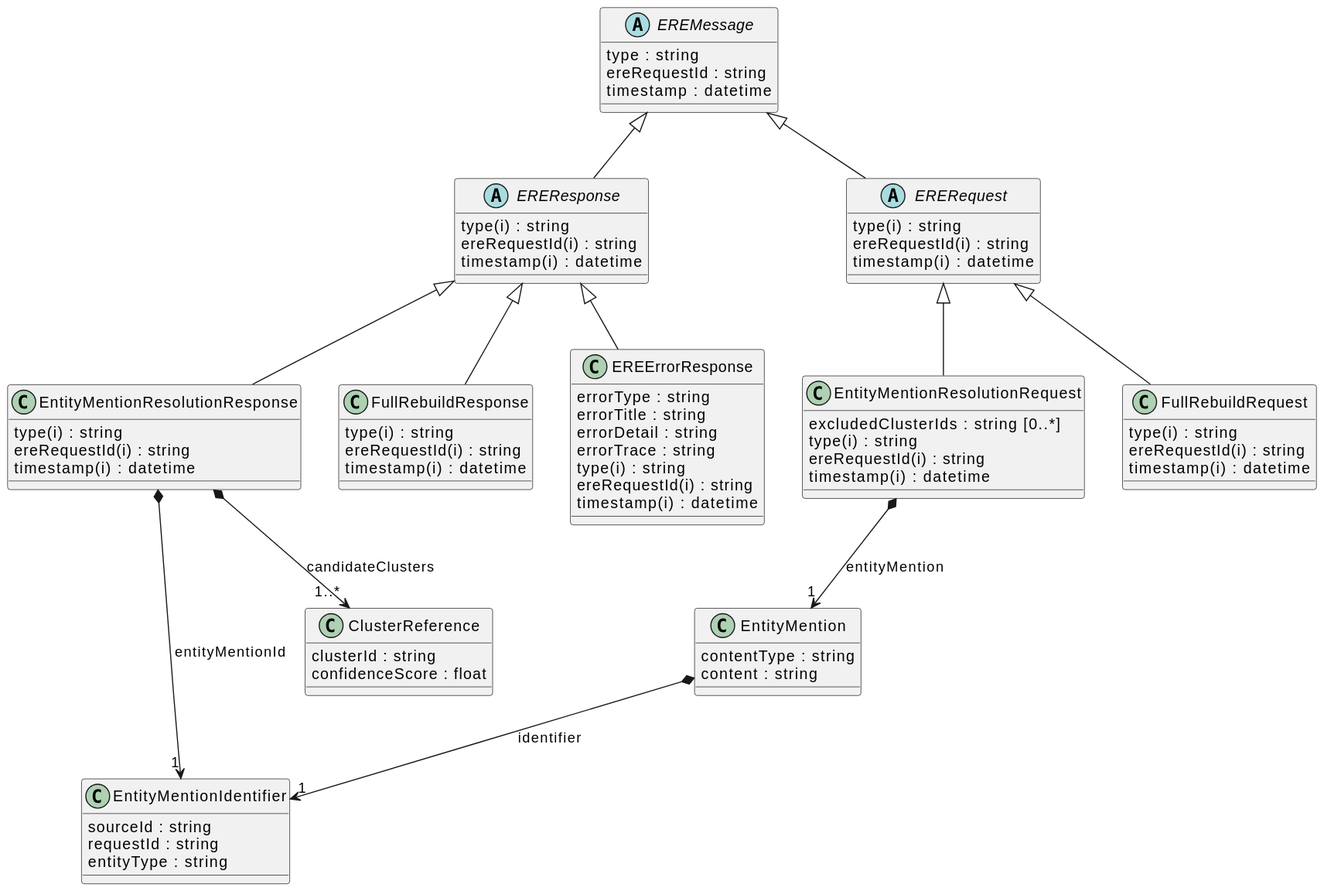
This is docs/schema/ErsServiceDataSchema.svg from OP-TED/entity-resolution-spec, a PlantUML export, as it was before one commit.
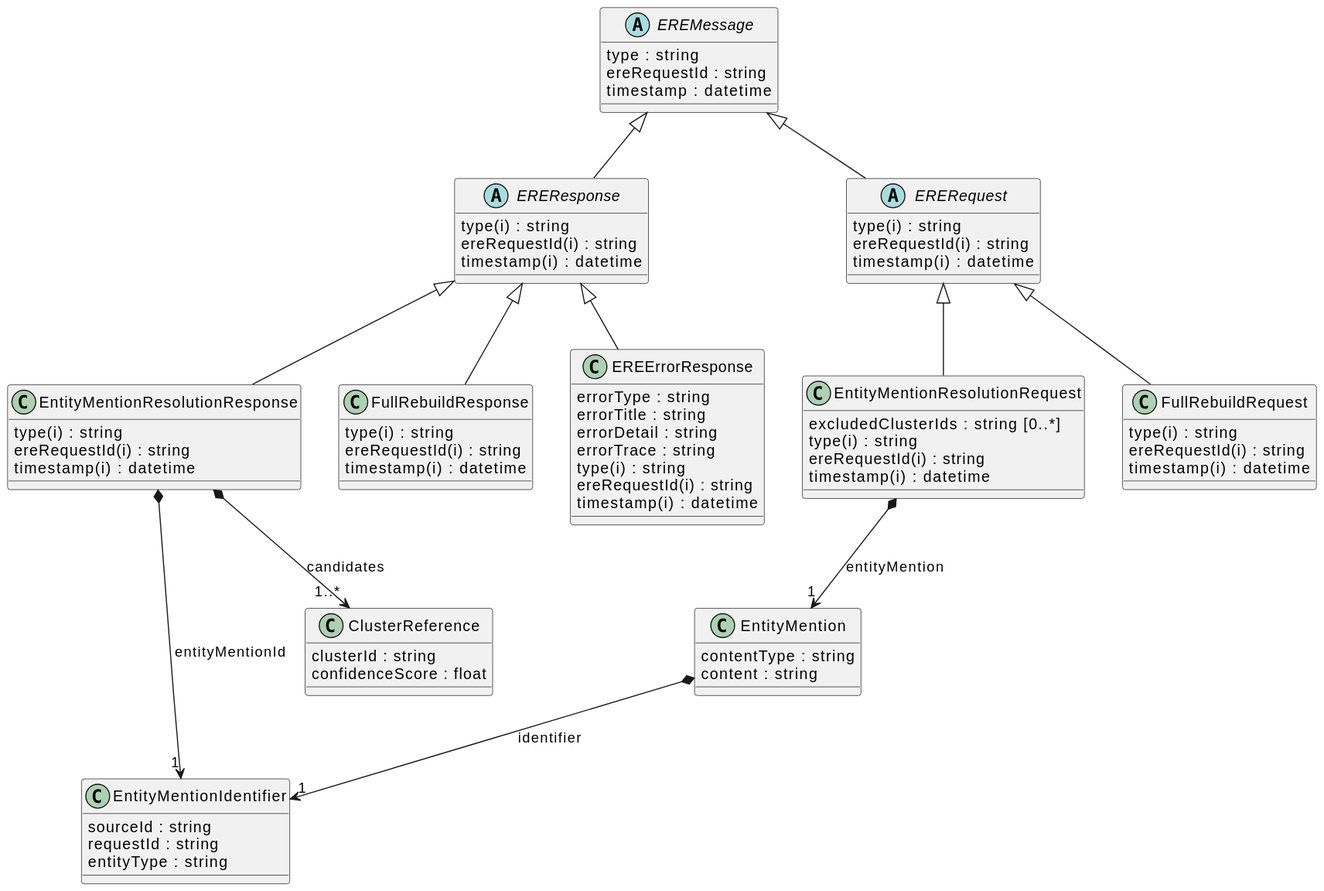
Above is the later version.

What changed in the source:
```diff
@@ -24,7 +24,7 @@
     {field} ereRequestId(i) : string
     {field} timestamp(i) : datetime
 }
-"EntityMentionResolutionResponse" *--> "1..*" "ClusterReference" : "candidateClusters"
+"EntityMentionResolutionResponse" *--> "1..*" "ClusterReference" : "candidates"
 "EREResponse" ^-- "EntityMentionResolutionResponse"
 class "EntityMentionResolutionRequest" [[{An entity resolution request sent to the ERE, containing the entity to be resolved.}]] {
     {field} excludedClusterIds : string  [0..*]
```
